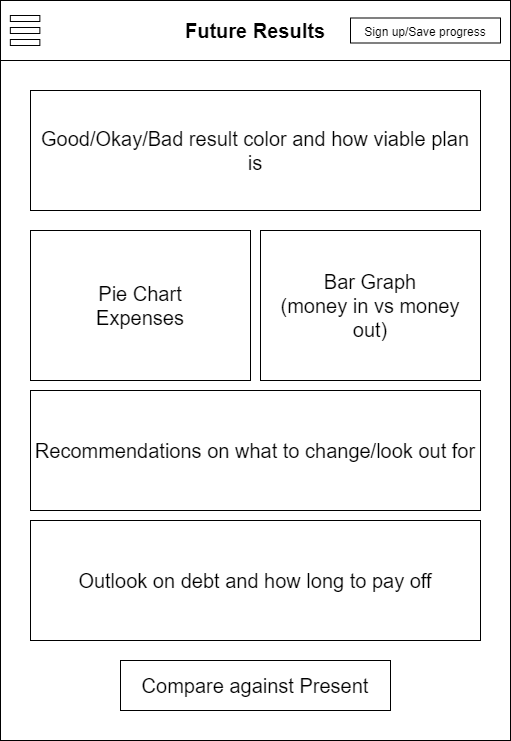
Before: ux-design/Future-results.png, a diagram exported from draw.io (software-assignments-spring2021/spring-2020-cruel-badger). Source tidied: cells renumbered, new cells last; positions are measured from the earlier drawing's top-left corner, leaving out a move shared by most shapes. The source it was exported from:
```xml
<mxGraphModel>
  <root>
    <mxCell id="0" />
    <mxCell id="1" parent="0" />
    <mxCell id="2" style="rounded=0;whiteSpace=wrap;html=1;verticalAlign=middle;" parent="1" vertex="1">
      <mxGeometry width="510" height="740" as="geometry" />
    </mxCell>
    <mxCell id="3" value="&lt;b&gt;&lt;font style=&quot;font-size: 20px&quot;&gt;Future Results&lt;/font&gt;&lt;/b&gt;" style="rounded=0;whiteSpace=wrap;html=1;" parent="1" vertex="1">
      <mxGeometry width="510" height="60" as="geometry" />
    </mxCell>
    <mxCell id="4" style="group;" parent="1" vertex="1">
      <mxGeometry x="9.8" y="15" width="29.5" height="30" as="geometry" />
    </mxCell>
    <mxCell id="5" style="rounded=0;whiteSpace=wrap;html=1;fontSize=20;" parent="4" vertex="1">
      <mxGeometry width="29.5" height="6" as="geometry" />
    </mxCell>
    <mxCell id="6" style="rounded=0;whiteSpace=wrap;html=1;fontSize=20;" parent="4" vertex="1">
      <mxGeometry y="12" width="29.5" height="6" as="geometry" />
    </mxCell>
    <mxCell id="7" style="rounded=0;whiteSpace=wrap;html=1;fontSize=20;" parent="4" vertex="1">
      <mxGeometry y="24" width="29.5" height="6" as="geometry" />
    </mxCell>
    <mxCell id="8" value="Good/Okay/Bad result color and how viable plan is" style="rounded=0;whiteSpace=wrap;html=1;fontSize=20;" parent="1" vertex="1">
      <mxGeometry x="30" y="90" width="450" height="120" as="geometry" />
    </mxCell>
    <mxCell id="9" value="Recommendations on what to change/look out for" style="rounded=0;whiteSpace=wrap;html=1;fontSize=20;" parent="1" vertex="1">
      <mxGeometry x="30" y="390" width="450" height="120" as="geometry" />
    </mxCell>
    <mxCell id="10" value="Pie Chart&lt;br&gt;Expenses" style="rounded=0;whiteSpace=wrap;html=1;fontSize=20;" parent="1" vertex="1">
      <mxGeometry x="30" y="230" width="220" height="150" as="geometry" />
    </mxCell>
    <mxCell id="11" value="Bar Graph&lt;br&gt;(money in vs money out)" style="rounded=0;whiteSpace=wrap;html=1;fontSize=20;" parent="1" vertex="1">
      <mxGeometry x="260" y="230" width="220" height="150" as="geometry" />
    </mxCell>
    <mxCell id="12" value="&lt;font style=&quot;font-size: 12px&quot;&gt;Sign up/Save progress&lt;/font&gt;" style="rounded=0;whiteSpace=wrap;html=1;fontSize=20;verticalAlign=bottom;" parent="1" vertex="1">
      <mxGeometry x="350" y="17.5" width="150" height="25" as="geometry" />
    </mxCell>
    <mxCell id="13" value="Outlook on debt and how long to pay off" style="rounded=0;whiteSpace=wrap;html=1;fontSize=20;" parent="1" vertex="1">
      <mxGeometry x="30" y="520" width="450" height="120" as="geometry" />
    </mxCell>
    <mxCell id="14" value="Compare against Present" style="rounded=0;whiteSpace=wrap;html=1;fontSize=20;" parent="1" vertex="1">
      <mxGeometry x="120" y="660" width="270" height="50" as="geometry" />
    </mxCell>
  </root>
</mxGraphModel>
```
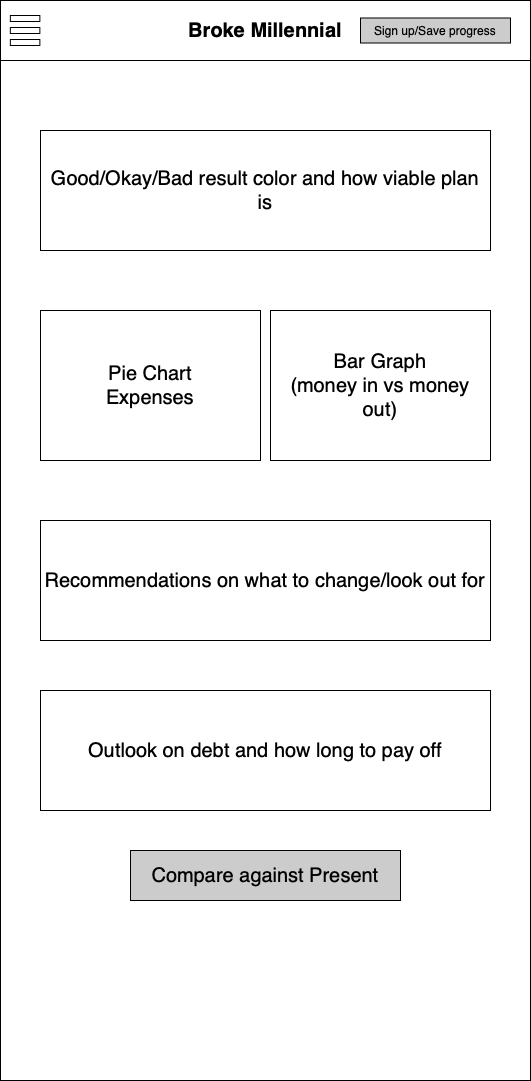
The same diagram one commit later.

Diff of the diagram source:
```diff
@@ -3,10 +3,10 @@
     <mxCell id="0" />
     <mxCell id="1" parent="0" />
     <mxCell id="2" style="rounded=0;whiteSpace=wrap;html=1;verticalAlign=middle;" parent="1" vertex="1">
-      <mxGeometry width="510" height="740" as="geometry" />
+      <mxGeometry width="530" height="1080" as="geometry" />
     </mxCell>
-    <mxCell id="3" value="&lt;b&gt;&lt;font style=&quot;font-size: 20px&quot;&gt;Future Results&lt;/font&gt;&lt;/b&gt;" style="rounded=0;whiteSpace=wrap;html=1;" parent="1" vertex="1">
-      <mxGeometry width="510" height="60" as="geometry" />
+    <mxCell id="3" value="&lt;b&gt;&lt;font style=&quot;font-size: 20px&quot;&gt;Broke Millennial&lt;/font&gt;&lt;/b&gt;" style="rounded=0;whiteSpace=wrap;html=1;" parent="1" vertex="1">
+      <mxGeometry width="530" height="60" as="geometry" />
     </mxCell>
     <mxCell id="4" style="group;" parent="1" vertex="1">
       <mxGeometry x="9.8" y="15" width="29.5" height="30" as="geometry" />
@@ -21,25 +21,25 @@
       <mxGeometry y="24" width="29.5" height="6" as="geometry" />
     </mxCell>
     <mxCell id="8" value="Good/Okay/Bad result color and how viable plan is" style="rounded=0;whiteSpace=wrap;html=1;fontSize=20;" parent="1" vertex="1">
-      <mxGeometry x="30" y="90" width="450" height="120" as="geometry" />
+      <mxGeometry x="40" y="130" width="450" height="120" as="geometry" />
     </mxCell>
     <mxCell id="9" value="Recommendations on what to change/look out for" style="rounded=0;whiteSpace=wrap;html=1;fontSize=20;" parent="1" vertex="1">
-      <mxGeometry x="30" y="390" width="450" height="120" as="geometry" />
+      <mxGeometry x="40" y="520" width="450" height="120" as="geometry" />
     </mxCell>
     <mxCell id="10" value="Pie Chart&lt;br&gt;Expenses" style="rounded=0;whiteSpace=wrap;html=1;fontSize=20;" parent="1" vertex="1">
-      <mxGeometry x="30" y="230" width="220" height="150" as="geometry" />
+      <mxGeometry x="40" y="310" width="220" height="150" as="geometry" />
     </mxCell>
     <mxCell id="11" value="Bar Graph&lt;br&gt;(money in vs money out)" style="rounded=0;whiteSpace=wrap;html=1;fontSize=20;" parent="1" vertex="1">
-      <mxGeometry x="260" y="230" width="220" height="150" as="geometry" />
+      <mxGeometry x="270" y="310" width="220" height="150" as="geometry" />
     </mxCell>
-    <mxCell id="12" value="&lt;font style=&quot;font-size: 12px&quot;&gt;Sign up/Save progress&lt;/font&gt;" style="rounded=0;whiteSpace=wrap;html=1;fontSize=20;verticalAlign=bottom;" parent="1" vertex="1">
-      <mxGeometry x="350" y="17.5" width="150" height="25" as="geometry" />
+    <mxCell id="12" value="&lt;font style=&quot;font-size: 12px&quot;&gt;Sign up/Save progress&lt;/font&gt;" style="rounded=0;whiteSpace=wrap;html=1;fontSize=20;verticalAlign=bottom;fillColor=#CCCCCC;" parent="1" vertex="1">
+      <mxGeometry x="360" y="17.5" width="150" height="25" as="geometry" />
     </mxCell>
     <mxCell id="13" value="Outlook on debt and how long to pay off" style="rounded=0;whiteSpace=wrap;html=1;fontSize=20;" parent="1" vertex="1">
-      <mxGeometry x="30" y="520" width="450" height="120" as="geometry" />
+      <mxGeometry x="40" y="690" width="450" height="120" as="geometry" />
     </mxCell>
-    <mxCell id="14" value="Compare against Present" style="rounded=0;whiteSpace=wrap;html=1;fontSize=20;" parent="1" vertex="1">
-      <mxGeometry x="120" y="660" width="270" height="50" as="geometry" />
+    <mxCell id="14" value="Compare against Present" style="rounded=0;whiteSpace=wrap;html=1;fontSize=20;fillColor=#CCCCCC;" parent="1" vertex="1">
+      <mxGeometry x="130" y="850" width="270" height="50" as="geometry" />
     </mxCell>
   </root>
 </mxGraphModel>
```
